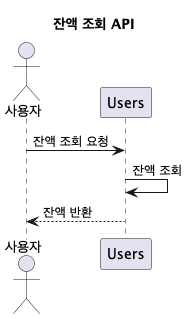
The PlantUML diagram assets/images/diagram/sequence/get_point.png in leejisuu/hhplus-ecommerce-serivce, before a commit. The source it was exported from:
```plantuml
@startuml
title 잔액 조회 API
actor "사용자" as User
participant "Users" as Users

User -> Users : 잔액 조회 요청
Users -> Users : 잔액 조회
Users --> User : 잔액 반환
@enduml
```
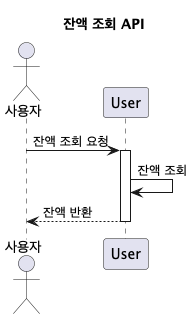
The same file after the commit.

Diff of the diagram source:
```diff
@@ -1,9 +1,12 @@
 @startuml
 title 잔액 조회 API
-actor "사용자" as User
-participant "Users" as Users
+actor "사용자" as Actor
+participant "User" as User
 
-User -> Users : 잔액 조회 요청
-Users -> Users : 잔액 조회
-Users --> User : 잔액 반환
+Actor -> User : 잔액 조회 요청
+activate User
+User -> User : 잔액 조회
+
+User --> Actor : 잔액 반환
+deactivate User
 @enduml
```
